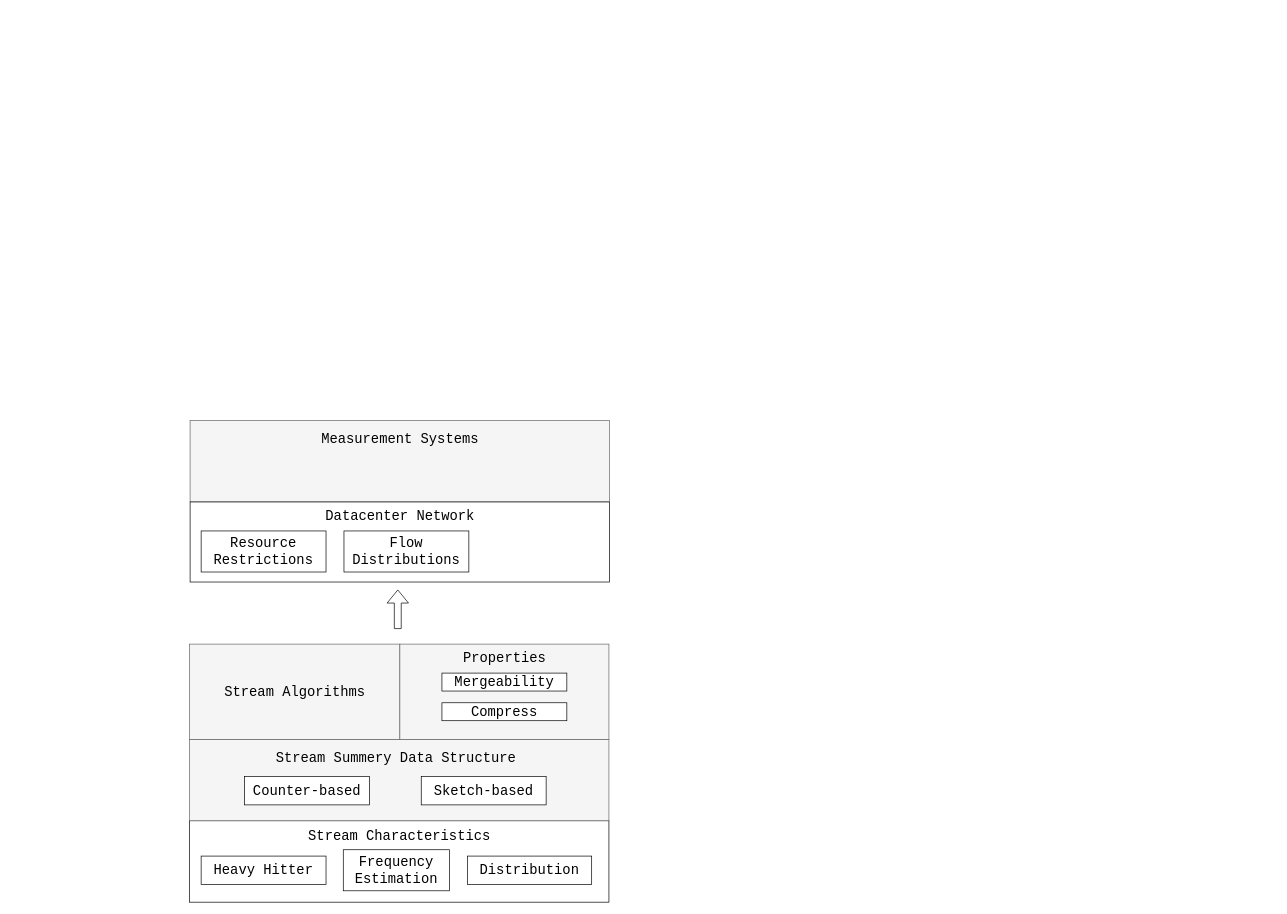
Before: sec_learning/Algorithm/Stream_Algorithm_And_Network_Measurement_System_Survey/pic/drawio/paper_model.drawio in zobinHuang/zobinhuang.github.io, a draw.io diagram. Source tidied: cells renumbered, new cells numbered last; positions are measured from the earlier drawing's top-left corner, leaving out a move shared by most shapes. Both pictures are drawn from the tidied source at 69%, with x=0, y=0 at pixel (189, 420).
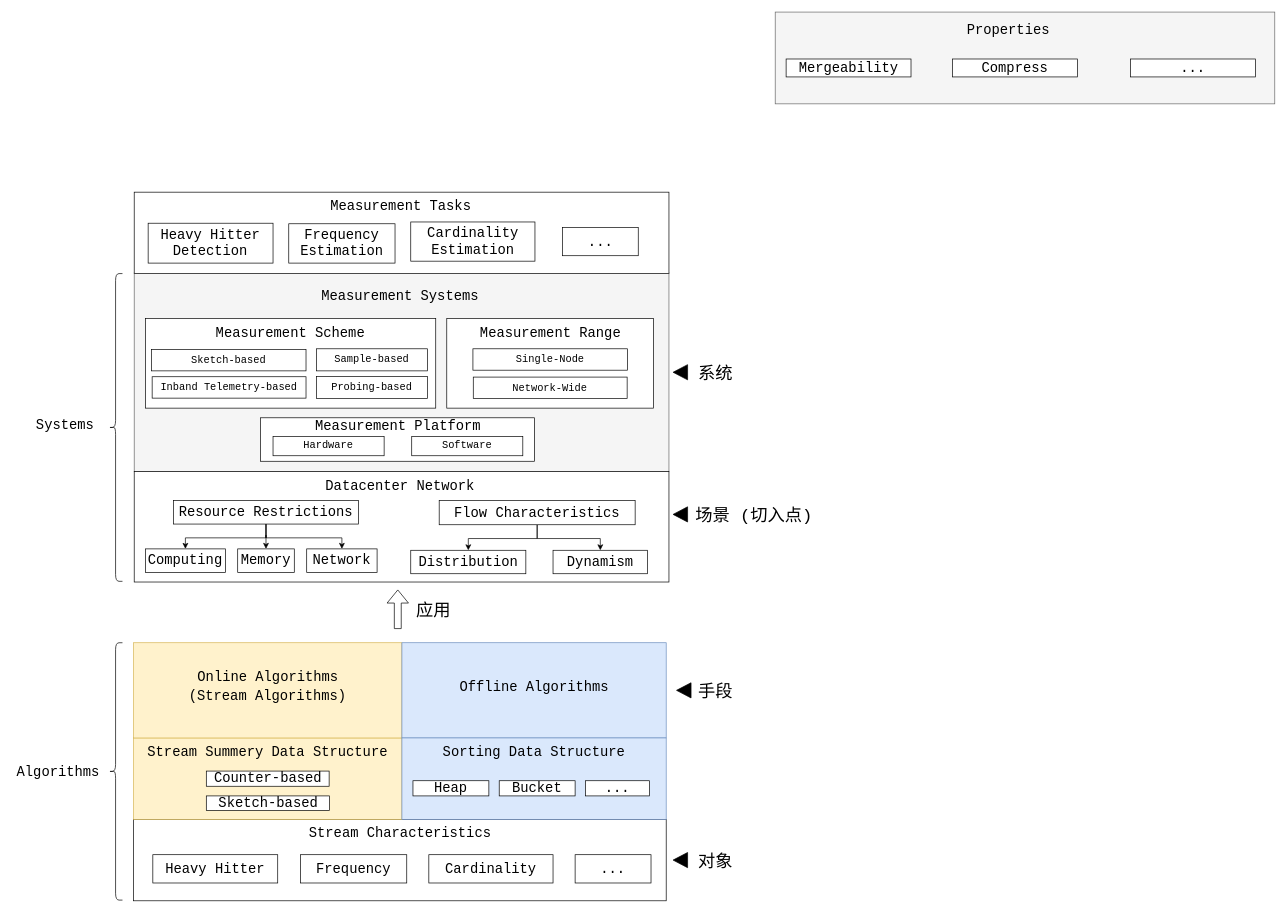
After the change.

Change to the diagram source:
```diff
@@
     <mxCell id="2" style="rounded=0;whiteSpace=wrap;html=1;fontSize=20;fontFamily=Courier New;fillColor=#f5f5f5;fontColor=#333333;strokeColor=#666666;" parent="1" vertex="1">
-      <mxGeometry x="1" width="608" height="118" as="geometry" />
+      <mxGeometry x="-80" y="-214" width="775" height="288" as="geometry" />
     </mxCell>
+    <mxCell id="24" style="rounded=0;whiteSpace=wrap;html=1;fontSize=20;fontFamily=Courier New;" parent="1" vertex="1">
+      <mxGeometry x="-63.8" y="-148" width="420.8" height="130" as="geometry" />
+    </mxCell>
     <mxCell id="3" style="rounded=0;whiteSpace=wrap;html=1;fontSize=20;fontFamily=Courier New;" parent="1" vertex="1">
-      <mxGeometry y="580" width="608" height="118" as="geometry" />
+      <mxGeometry x="-81" y="578" width="772" height="118" as="geometry" />
     </mxCell>
-    <mxCell id="4" value="Frequency Estimation" style="rounded=0;whiteSpace=wrap;html=1;fontSize=20;fontFamily=Courier New;" parent="1" vertex="1">
-      <mxGeometry x="223" y="622" width="154" height="59.5" as="geometry" />
+    <mxCell id="4" value="Frequency" style="rounded=0;whiteSpace=wrap;html=1;fontSize=20;fontFamily=Courier New;" parent="1" vertex="1">
+      <mxGeometry x="161" y="629.2" width="154" height="41" as="geometry" />
     </mxCell>
-    <mxCell id="5" value="Distribution" style="rounded=0;whiteSpace=wrap;html=1;fontSize=20;fontFamily=Courier New;" parent="1" vertex="1">
-      <mxGeometry x="403" y="631.2" width="180" height="41" as="geometry" />
+    <mxCell id="5" value="Cardinality" style="rounded=0;whiteSpace=wrap;html=1;fontSize=20;fontFamily=Courier New;" parent="1" vertex="1">
+      <mxGeometry x="347" y="629.2" width="180" height="41" as="geometry" />
     </mxCell>
     <mxCell id="6" value="Heavy Hitter" style="rounded=0;whiteSpace=wrap;html=1;fontSize=20;fontFamily=Courier New;" parent="1" vertex="1">
-      <mxGeometry x="17" y="631.2" width="181" height="41" as="geometry" />
+      <mxGeometry x="-53" y="629.2" width="181" height="41" as="geometry" />
     </mxCell>
     <mxCell id="7" value="&lt;span&gt;Stream Characteristics&lt;/span&gt;" style="rounded=0;whiteSpace=wrap;html=1;fontFamily=Courier New;fontSize=20;fontColor=default;strokeColor=none;fillColor=none;" parent="1" vertex="1">
-      <mxGeometry x="162.8" y="593" width="282.5" height="17" as="geometry" />
+      <mxGeometry x="163.8" y="589" width="282.5" height="17" as="geometry" />
     </mxCell>
-    <mxCell id="8" style="rounded=0;whiteSpace=wrap;html=1;fontSize=20;fontFamily=Courier New;fillColor=#f5f5f5;fontColor=#333333;strokeColor=#666666;" parent="1" vertex="1">
-      <mxGeometry y="462" width="608" height="118" as="geometry" />
+    <mxCell id="8" style="rounded=0;whiteSpace=wrap;html=1;fontSize=20;fontFamily=Courier New;fillColor=#fff2cc;strokeColor=#d6b656;" parent="1" vertex="1">
+      <mxGeometry x="-81" y="460" width="389" height="118" as="geometry" />
     </mxCell>
     <mxCell id="9" style="rounded=0;whiteSpace=wrap;html=1;fontSize=20;fontFamily=Courier New;" parent="1" vertex="1">
-      <mxGeometry x="1" y="118" width="608" height="116" as="geometry" />
+      <mxGeometry x="-80" y="74" width="775" height="160" as="geometry" />
     </mxCell>
     <mxCell id="10" value="&lt;span&gt;Datacenter Network&lt;/span&gt;" style="rounded=0;whiteSpace=wrap;html=1;fontFamily=Courier New;fontSize=20;fontColor=default;strokeColor=none;fillColor=none;" parent="1" vertex="1">
-      <mxGeometry x="163.8" y="129" width="282.5" height="17" as="geometry" />
+      <mxGeometry x="163.8" y="86" width="282.5" height="17" as="geometry" />
     </mxCell>
+    <mxCell id="25" style="edgeStyle=orthogonalEdgeStyle;rounded=0;jettySize=auto;html=1;entryX=0.5;entryY=0;entryDx=0;entryDy=0;fontSize=25;" parent="1" edge="1" source="11" target="57">
+      <mxGeometry relative="1" as="geometry" />
+    </mxCell>
+    <mxCell id="26" style="edgeStyle=orthogonalEdgeStyle;rounded=0;jettySize=auto;html=1;entryX=0.5;entryY=0;entryDx=0;entryDy=0;fontSize=25;" parent="1" edge="1" source="11" target="58">
+      <mxGeometry relative="1" as="geometry" />
+    </mxCell>
+    <mxCell id="27" style="edgeStyle=orthogonalEdgeStyle;rounded=0;jettySize=auto;html=1;entryX=0.5;entryY=0;entryDx=0;entryDy=0;fontSize=25;" parent="1" edge="1" source="11" target="59">
+      <mxGeometry relative="1" as="geometry" />
+    </mxCell>
     <mxCell id="11" value="Resource Restrictions" style="rounded=0;whiteSpace=wrap;html=1;fontSize=20;fontFamily=Courier New;" parent="1" vertex="1">
-      <mxGeometry x="17" y="160" width="181" height="59.5" as="geometry" />
+      <mxGeometry x="-22.9" y="116" width="267.8" height="34" as="geometry" />
     </mxCell>
+    <mxCell id="28" style="edgeStyle=orthogonalEdgeStyle;rounded=0;jettySize=auto;html=1;entryX=0.5;entryY=0;entryDx=0;entryDy=0;fontSize=25;" parent="1" edge="1" source="12" target="60">
+      <mxGeometry relative="1" as="geometry" />
+    </mxCell>
+    <mxCell id="29" style="edgeStyle=orthogonalEdgeStyle;rounded=0;jettySize=auto;html=1;fontSize=25;" parent="1" edge="1" source="12" target="61">
+      <mxGeometry relative="1" as="geometry" />
+    </mxCell>
-    <mxCell id="12" value="Flow Distributions" style="rounded=0;whiteSpace=wrap;html=1;fontSize=20;fontFamily=Courier New;" parent="1" vertex="1">
-      <mxGeometry x="224" y="160" width="181" height="59.5" as="geometry" />
+    <mxCell id="12" value="Flow Characteristics" style="rounded=0;whiteSpace=wrap;html=1;fontSize=20;fontFamily=Courier New;" parent="1" vertex="1">
+      <mxGeometry x="362" y="116" width="284" height="35" as="geometry" />
     </mxCell>
     <mxCell id="13" value="Counter-based" style="rounded=0;whiteSpace=wrap;html=1;fontSize=20;fontFamily=Courier New;" parent="1" vertex="1">
-      <mxGeometry x="80" y="516" width="181" height="41" as="geometry" />
+      <mxGeometry x="24.5" y="508" width="178" height="22" as="geometry" />
     </mxCell>
     <mxCell id="14" value="Stream Summery Data Structure" style="rounded=0;whiteSpace=wrap;html=1;fontFamily=Courier New;fontSize=20;fontColor=default;strokeColor=none;fillColor=none;" parent="1" vertex="1">
-      <mxGeometry x="110.4" y="480" width="379.2" height="17" as="geometry" />
+      <mxGeometry x="-63.8" y="472" width="354.5" height="17" as="geometry" />
     </mxCell>
     <mxCell id="15" value="Sketch-based" style="rounded=0;whiteSpace=wrap;html=1;fontSize=20;fontFamily=Courier New;" parent="1" vertex="1">
-      <mxGeometry x="336" y="516" width="181" height="41" as="geometry" />
+      <mxGeometry x="24.5" y="544" width="178.5" height="21" as="geometry" />
     </mxCell>
     <mxCell id="16" value="&lt;span&gt;Measurement Systems&lt;/span&gt;" style="rounded=0;whiteSpace=wrap;html=1;fontFamily=Courier New;fontSize=20;fontColor=default;strokeColor=none;fillColor=none;" parent="1" vertex="1">
-      <mxGeometry x="163.8" y="18" width="282.5" height="17" as="geometry" />
+      <mxGeometry x="163.8" y="-189" width="282.5" height="17" as="geometry" />
     </mxCell>
-    <mxCell id="17" style="rounded=0;whiteSpace=wrap;html=1;fontSize=20;fontFamily=Courier New;fillColor=#f5f5f5;fontColor=#333333;strokeColor=#666666;" parent="1" vertex="1">
-      <mxGeometry y="324" width="305" height="138" as="geometry" />
+    <mxCell id="17" style="rounded=0;whiteSpace=wrap;html=1;fontSize=20;fontFamily=Courier New;fillColor=#fff2cc;strokeColor=#d6b656;" parent="1" vertex="1">
+      <mxGeometry x="-81" y="322" width="389" height="138" as="geometry" />
     </mxCell>
-    <mxCell id="18" value="Stream Algorithms" style="rounded=0;whiteSpace=wrap;html=1;fontFamily=Courier New;fontSize=20;fontColor=default;strokeColor=none;fillColor=none;" parent="1" vertex="1">
-      <mxGeometry x="43.5" y="384.5" width="218" height="17" as="geometry" />
+    <mxCell id="18" value="Online Algorithms" style="rounded=0;whiteSpace=wrap;html=1;fontFamily=Courier New;fontSize=20;fontColor=default;strokeColor=none;fillColor=none;" parent="1" vertex="1">
+      <mxGeometry x="4.5" y="363" width="218" height="17" as="geometry" />
     </mxCell>
     <mxCell id="19" style="rounded=0;whiteSpace=wrap;html=1;fontSize=20;fontFamily=Courier New;fillColor=#f5f5f5;fontColor=#333333;strokeColor=#666666;" parent="1" vertex="1">
-      <mxGeometry x="305" y="324" width="303" height="138" as="geometry" />
+      <mxGeometry x="849" y="-592" width="724" height="133" as="geometry" />
     </mxCell>
     <mxCell id="20" value="Properties" style="rounded=0;whiteSpace=wrap;html=1;fontFamily=Courier New;fontSize=20;fontColor=default;strokeColor=none;fillColor=none;" parent="1" vertex="1">
-      <mxGeometry x="347.5" y="336" width="218" height="17" as="geometry" />
+      <mxGeometry x="1078" y="-575" width="218" height="17" as="geometry" />
     </mxCell>
     <mxCell id="21" value="Mergeability" style="rounded=0;whiteSpace=wrap;html=1;fontSize=20;fontFamily=Courier New;" parent="1" vertex="1">
-      <mxGeometry x="366" y="366" width="181" height="26" as="geometry" />
+      <mxGeometry x="864.8" y="-524" width="181" height="26" as="geometry" />
     </mxCell>
     <mxCell id="22" value="Compress" style="rounded=0;whiteSpace=wrap;html=1;fontSize=20;fontFamily=Courier New;" parent="1" vertex="1">
-      <mxGeometry x="366" y="409" width="181" height="26" as="geometry" />
+      <mxGeometry x="1106" y="-524" width="181" height="26" as="geometry" />
     </mxCell>
@@
+    <mxCell id="30" style="rounded=0;whiteSpace=wrap;html=1;fontSize=20;fontFamily=Courier New;fillColor=#dae8fc;strokeColor=#6c8ebf;" parent="1" vertex="1">
+      <mxGeometry x="308" y="322" width="383" height="138" as="geometry" />
+    </mxCell>
+    <mxCell id="31" value="Offline Algorithms" style="rounded=0;whiteSpace=wrap;html=1;fontFamily=Courier New;fontSize=20;fontColor=default;strokeColor=none;fillColor=none;" parent="1" vertex="1">
+      <mxGeometry x="377.5" y="369" width="244" height="36" as="geometry" />
+    </mxCell>
+    <mxCell id="32" value="(Stream Algorithms)" style="rounded=0;whiteSpace=wrap;html=1;fontFamily=Courier New;fontSize=20;fontColor=default;strokeColor=none;fillColor=none;" parent="1" vertex="1">
+      <mxGeometry x="-5" y="390" width="237" height="17" as="geometry" />
+    </mxCell>
+    <mxCell id="33" value="..." style="rounded=0;whiteSpace=wrap;html=1;fontSize=20;fontFamily=Courier New;" parent="1" vertex="1">
+      <mxGeometry x="1364" y="-524" width="181" height="26" as="geometry" />
+    </mxCell>
+    <mxCell id="34" value="..." style="rounded=0;whiteSpace=wrap;html=1;fontSize=20;fontFamily=Courier New;" parent="1" vertex="1">
+      <mxGeometry x="559" y="629.2" width="110" height="41" as="geometry" />
+    </mxCell>
+    <mxCell id="35" value="Sketch-based" style="rounded=0;whiteSpace=wrap;html=1;fontSize=15;fontFamily=Courier New;" parent="1" vertex="1">
+      <mxGeometry x="-55" y="-103" width="224" height="31" as="geometry" />
+    </mxCell>
+    <mxCell id="36" value="Sample-based" style="rounded=0;whiteSpace=wrap;html=1;fontSize=15;fontFamily=Courier New;" parent="1" vertex="1">
+      <mxGeometry x="184" y="-104" width="161" height="32" as="geometry" />
+    </mxCell>
+    <mxCell id="37" value="Inband Telemetry-based" style="rounded=0;whiteSpace=wrap;html=1;fontSize=15;fontFamily=Courier New;" parent="1" vertex="1">
+      <mxGeometry x="-54" y="-63.5" width="223" height="31" as="geometry" />
+    </mxCell>
+    <mxCell id="38" value="Probing-based" style="rounded=0;whiteSpace=wrap;html=1;fontSize=15;fontFamily=Courier New;" parent="1" vertex="1">
+      <mxGeometry x="184" y="-64" width="161" height="32" as="geometry" />
+    </mxCell>
+    <mxCell id="39" style="shape=curlyBracket;whiteSpace=wrap;html=1;rounded=1;fontSize=15;" parent="1" vertex="1">
+      <mxGeometry x="-117" y="-213" width="20" height="446" as="geometry" />
+    </mxCell>
+    <mxCell id="40" style="shape=curlyBracket;whiteSpace=wrap;html=1;rounded=1;fontSize=15;" parent="1" vertex="1">
+      <mxGeometry x="-117" y="322" width="20" height="373" as="geometry" />
+    </mxCell>
+    <mxCell id="41" value="Algorithms" style="rounded=0;whiteSpace=wrap;html=1;fontFamily=Courier New;fontSize=20;fontColor=default;strokeColor=none;fillColor=none;" parent="1" vertex="1">
+      <mxGeometry x="-257" y="500" width="134" height="17" as="geometry" />
+    </mxCell>
+    <mxCell id="42" value="Systems" style="rounded=0;whiteSpace=wrap;html=1;fontFamily=Courier New;fontSize=20;fontColor=default;strokeColor=none;fillColor=none;" parent="1" vertex="1">
+      <mxGeometry x="-247" y="-1.5" width="134" height="17" as="geometry" />
+    </mxCell>
+    <mxCell id="43" style="triangle;whiteSpace=wrap;html=1;fontSize=15;rotation=-180;fillColor=#000000;" parent="1" vertex="1">
+      <mxGeometry x="701" y="626" width="21" height="22" as="geometry" />
+    </mxCell>
+    <mxCell id="44" value="&lt;font style=&quot;font-size: 25px&quot;&gt;对象&lt;/font&gt;" style="rounded=0;whiteSpace=wrap;html=1;fontFamily=Courier New;fontSize=20;fontColor=default;strokeColor=none;fillColor=none;" parent="1" vertex="1">
+      <mxGeometry x="731" y="631" width="63" height="17" as="geometry" />
+    </mxCell>
+    <mxCell id="45" style="triangle;whiteSpace=wrap;html=1;fontSize=15;rotation=-180;fillColor=#000000;" parent="1" vertex="1">
+      <mxGeometry x="706" y="380" width="21" height="22" as="geometry" />
+    </mxCell>
+    <mxCell id="46" value="&lt;font style=&quot;font-size: 25px&quot;&gt;手段&lt;/font&gt;" style="rounded=0;whiteSpace=wrap;html=1;fontFamily=Courier New;fontSize=20;fontColor=default;strokeColor=none;fillColor=none;" parent="1" vertex="1">
+      <mxGeometry x="731" y="385" width="63" height="17" as="geometry" />
+    </mxCell>
+    <mxCell id="47" style="triangle;whiteSpace=wrap;html=1;fontSize=15;rotation=-180;fillColor=#000000;" parent="1" vertex="1">
+      <mxGeometry x="701" y="125" width="21" height="22" as="geometry" />
+    </mxCell>
+    <mxCell id="48" value="&lt;span style=&quot;font-size: 25px&quot;&gt;场景 (切入点)&lt;/span&gt;" style="rounded=0;whiteSpace=wrap;html=1;fontFamily=Courier New;fontSize=20;fontColor=default;strokeColor=none;fillColor=none;" parent="1" vertex="1">
+      <mxGeometry x="731" y="130" width="175" height="17" as="geometry" />
+    </mxCell>
+    <mxCell id="49" style="triangle;whiteSpace=wrap;html=1;fontSize=15;rotation=-180;fillColor=#000000;" parent="1" vertex="1">
+      <mxGeometry x="701" y="-81" width="21" height="22" as="geometry" />
+    </mxCell>
+    <mxCell id="50" value="&lt;font style=&quot;font-size: 25px&quot;&gt;系统&lt;/font&gt;" style="rounded=0;whiteSpace=wrap;html=1;fontFamily=Courier New;fontSize=20;fontColor=default;strokeColor=none;fillColor=none;" parent="1" vertex="1">
+      <mxGeometry x="725" y="-75" width="75" height="17" as="geometry" />
+    </mxCell>
+    <mxCell id="51" value="应用" style="text;html=1;strokeColor=none;fillColor=none;align=center;verticalAlign=middle;whiteSpace=wrap;rounded=0;fontSize=25;" parent="1" vertex="1">
+      <mxGeometry x="324" y="259" width="60" height="30" as="geometry" />
+    </mxCell>
+    <mxCell id="52" style="rounded=0;whiteSpace=wrap;html=1;fontSize=20;fontFamily=Courier New;fillColor=#dae8fc;strokeColor=#6c8ebf;" parent="1" vertex="1">
+      <mxGeometry x="308" y="460" width="383" height="118" as="geometry" />
+    </mxCell>
+    <mxCell id="53" value="Heap" style="rounded=0;whiteSpace=wrap;html=1;fontSize=20;fontFamily=Courier New;" parent="1" vertex="1">
+      <mxGeometry x="324" y="522" width="110" height="22" as="geometry" />
+    </mxCell>
+    <mxCell id="54" value="Bucket" style="rounded=0;whiteSpace=wrap;html=1;fontSize=20;fontFamily=Courier New;" parent="1" vertex="1">
+      <mxGeometry x="449" y="522" width="110" height="22" as="geometry" />
+    </mxCell>
+    <mxCell id="55" value="Sorting Data Structure" style="rounded=0;whiteSpace=wrap;html=1;fontFamily=Courier New;fontSize=20;fontColor=default;strokeColor=none;fillColor=none;" parent="1" vertex="1">
+      <mxGeometry x="322.2" y="472" width="354.5" height="17" as="geometry" />
+    </mxCell>
+    <mxCell id="56" value="..." style="rounded=0;whiteSpace=wrap;html=1;fontSize=20;fontFamily=Courier New;" parent="1" vertex="1">
+      <mxGeometry x="574" y="522" width="93" height="22" as="geometry" />
+    </mxCell>
+    <mxCell id="57" value="Computing" style="rounded=0;whiteSpace=wrap;html=1;fontSize=20;fontFamily=Courier New;" parent="1" vertex="1">
+      <mxGeometry x="-63.8" y="186" width="116" height="34" as="geometry" />
+    </mxCell>
+    <mxCell id="58" value="Memory" style="rounded=0;whiteSpace=wrap;html=1;fontSize=20;fontFamily=Courier New;" parent="1" vertex="1">
+      <mxGeometry x="70" y="186" width="82" height="34" as="geometry" />
+    </mxCell>
+    <mxCell id="59" value="Network" style="rounded=0;whiteSpace=wrap;html=1;fontSize=20;fontFamily=Courier New;" parent="1" vertex="1">
+      <mxGeometry x="170" y="186" width="102" height="34" as="geometry" />
+    </mxCell>
+    <mxCell id="60" value="Distribution" style="rounded=0;whiteSpace=wrap;html=1;fontSize=20;fontFamily=Courier New;" parent="1" vertex="1">
+      <mxGeometry x="320.8" y="188" width="166.8" height="34" as="geometry" />
+    </mxCell>
+    <mxCell id="61" value="Dynamism" style="rounded=0;whiteSpace=wrap;html=1;fontSize=20;fontFamily=Courier New;" parent="1" vertex="1">
+      <mxGeometry x="527" y="188" width="137" height="34" as="geometry" />
+    </mxCell>
+    <mxCell id="62" value="&lt;span&gt;Measurement Scheme&lt;/span&gt;" style="rounded=0;whiteSpace=wrap;html=1;fontFamily=Courier New;fontSize=20;fontColor=default;strokeColor=none;fillColor=none;" parent="1" vertex="1">
+      <mxGeometry x="5.4" y="-136" width="282.5" height="17" as="geometry" />
+    </mxCell>
+    <mxCell id="63" style="rounded=0;whiteSpace=wrap;html=1;fontSize=20;fontFamily=Courier New;" parent="1" vertex="1">
+      <mxGeometry x="373" y="-148" width="299.8" height="130" as="geometry" />
+    </mxCell>
+    <mxCell id="64" value="&lt;span&gt;Measurement Range&lt;/span&gt;" style="rounded=0;whiteSpace=wrap;html=1;fontFamily=Courier New;fontSize=20;fontColor=default;strokeColor=none;fillColor=none;" parent="1" vertex="1">
+      <mxGeometry x="381.6" y="-136" width="282.5" height="17" as="geometry" />
+    </mxCell>
+    <mxCell id="65" value="Single-Node" style="rounded=0;whiteSpace=wrap;html=1;fontSize=15;fontFamily=Courier New;" parent="1" vertex="1">
+      <mxGeometry x="410.9" y="-104" width="224" height="31" as="geometry" />
+    </mxCell>
+    <mxCell id="66" value="Network-Wide" style="rounded=0;whiteSpace=wrap;html=1;fontSize=15;fontFamily=Courier New;" parent="1" vertex="1">
+      <mxGeometry x="411.4" y="-63" width="223" height="31" as="geometry" />
+    </mxCell>
+    <mxCell id="67" style="rounded=0;whiteSpace=wrap;html=1;fontSize=20;fontFamily=Courier New;" parent="1" vertex="1">
+      <mxGeometry x="103" y="-4" width="397" height="63" as="geometry" />
+    </mxCell>
+    <mxCell id="68" value="&lt;span&gt;Measurement Platform&lt;/span&gt;" style="rounded=0;whiteSpace=wrap;html=1;fontFamily=Courier New;fontSize=20;fontColor=default;strokeColor=none;fillColor=none;" parent="1" vertex="1">
+      <mxGeometry x="161" y="-1" width="282.5" height="17" as="geometry" />
+    </mxCell>
+    <mxCell id="69" value="Hardware" style="rounded=0;whiteSpace=wrap;html=1;fontSize=15;fontFamily=Courier New;" parent="1" vertex="1">
+      <mxGeometry x="121.2" y="23" width="161" height="28" as="geometry" />
+    </mxCell>
+    <mxCell id="70" value="Software" style="rounded=0;whiteSpace=wrap;html=1;fontSize=15;fontFamily=Courier New;" parent="1" vertex="1">
+      <mxGeometry x="322.2" y="23" width="161" height="28" as="geometry" />
+    </mxCell>
+    <mxCell id="71" style="rounded=0;whiteSpace=wrap;html=1;fontSize=20;fontFamily=Courier New;" parent="1" vertex="1">
+      <mxGeometry x="-80" y="-331" width="775" height="118" as="geometry" />
+    </mxCell>
+    <mxCell id="72" value="Frequency Estimation" style="rounded=0;whiteSpace=wrap;html=1;fontSize=20;fontFamily=Courier New;" parent="1" vertex="1">
+      <mxGeometry x="144" y="-285.2" width="154" height="57" as="geometry" />
+    </mxCell>
+    <mxCell id="73" value="Cardinality Estimation" style="rounded=0;whiteSpace=wrap;html=1;fontSize=20;fontFamily=Courier New;" parent="1" vertex="1">
+      <mxGeometry x="320.8" y="-287.8" width="180" height="56.8" as="geometry" />
+    </mxCell>
+    <mxCell id="74" value="Heavy Hitter Detection" style="rounded=0;whiteSpace=wrap;html=1;fontSize=20;fontFamily=Courier New;" parent="1" vertex="1">
+      <mxGeometry x="-59.8" y="-286" width="181" height="57.8" as="geometry" />
+    </mxCell>
+    <mxCell id="75" value="&lt;span&gt;Measurement Tasks&lt;/span&gt;" style="rounded=0;whiteSpace=wrap;html=1;fontFamily=Courier New;fontSize=20;fontColor=default;strokeColor=none;fillColor=none;" parent="1" vertex="1">
+      <mxGeometry x="164.8" y="-320" width="282.5" height="17" as="geometry" />
+    </mxCell>
+    <mxCell id="76" value="..." style="rounded=0;whiteSpace=wrap;html=1;fontSize=20;fontFamily=Courier New;" parent="1" vertex="1">
+      <mxGeometry x="540.5" y="-279.9" width="110" height="41" as="geometry" />
+    </mxCell>
```
